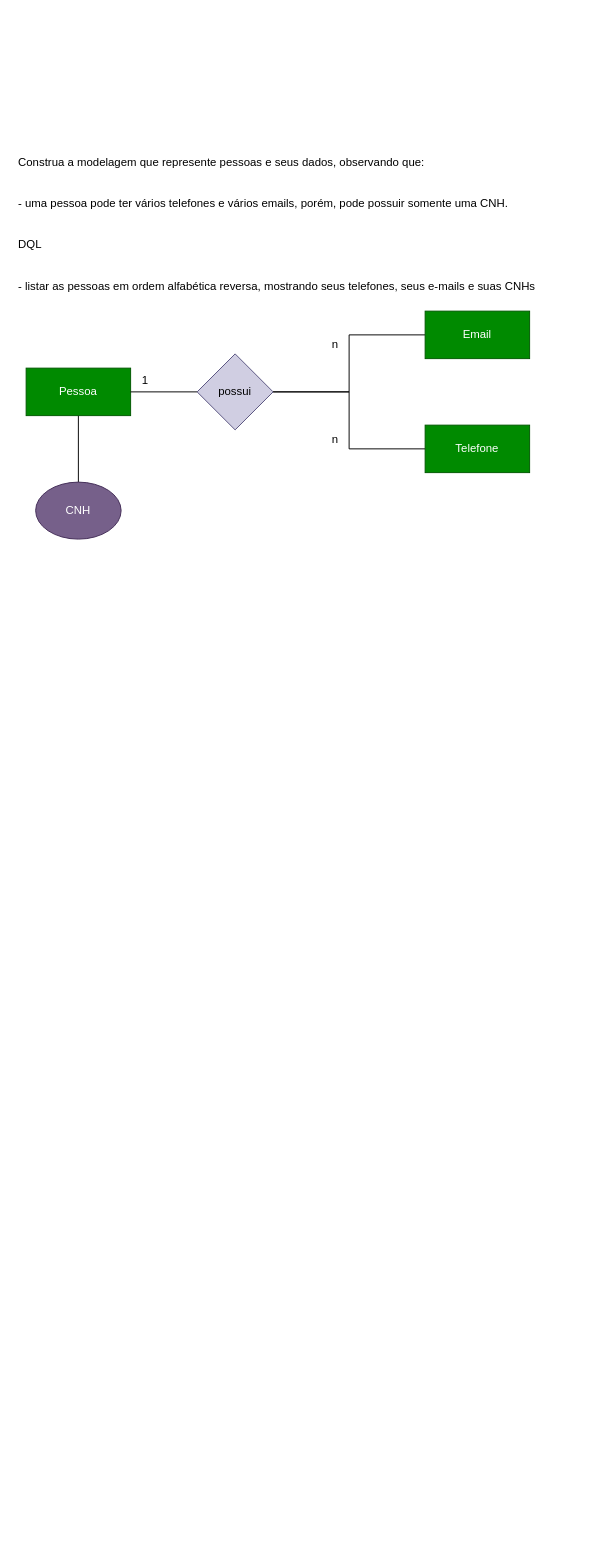
Above: sprint1-bd/exercicios/1.1-exercicio-pessoas/1.1exercicio-filmes.drawio in AlbatrozPyt/2S-SENAI-dv (draw.io), before the change. Source tidied: cells renumbered, new cells numbered last; positions are measured from the earlier drawing's top-left corner, leaving out a move shared by most shapes. Both pictures are drawn from the tidied source at 95%, with x=0, y=0 at pixel (16, 149).
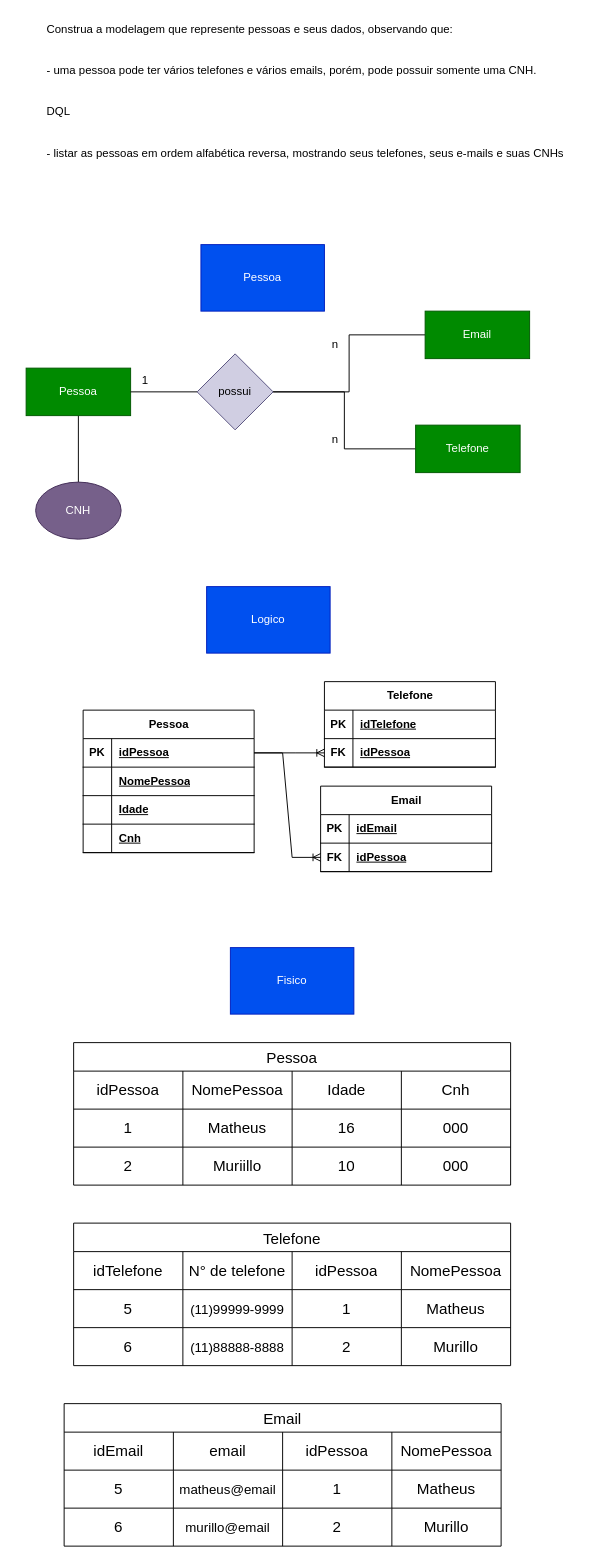
The same diagram, later.

What changed in the source:
```diff
@@
     <mxCell id="2" value="Construa a modelagem que represente pessoas e seus dados, observando que:&#10;&#10;&#10;- uma pessoa pode ter vários telefones e vários emails, porém, pode possuir somente uma CNH.&#10;&#10;&#10;DQL&#10;&#10;&#10;- listar as pessoas em ordem alfabética reversa, mostrando seus telefones, seus e-mails e suas CNHs" style="text;whiteSpace=wrap;" parent="1" vertex="1">
-      <mxGeometry width="560" height="180" as="geometry" />
+      <mxGeometry x="30" y="-140" width="560" height="180" as="geometry" />
     </mxCell>
@@
     <mxCell id="10" value="Telefone" style="html=1;whiteSpace=wrap;fillColor=#008a00;fontColor=#ffffff;strokeColor=#005700;" parent="1" vertex="1">
-      <mxGeometry x="430" y="290" width="110" height="50" as="geometry" />
+      <mxGeometry x="420" y="290" width="110" height="50" as="geometry" />
     </mxCell>
@@
+    <mxCell id="16" value="Pessoa" style="shape=table;startSize=30;childLayout=tableLayout;rowLines=0;fontStyle=1;align=center;html=1;" parent="1" vertex="1">
+      <mxGeometry x="70" y="590" width="180" height="150" as="geometry" />
+    </mxCell>
+    <mxCell id="17" style="shape=tableRow;horizontal=0;startSize=0;swimlaneHead=0;swimlaneBody=0;fillColor=none;points=[[0,0.5],[1,0.5]];portConstraint=eastwest;top=0;left=0;right=0;bottom=1;" parent="16" vertex="1">
+      <mxGeometry y="30" width="180" height="30" as="geometry" />
+    </mxCell>
+    <mxCell id="18" value="PK" style="shape=partialRectangle;fillColor=none;top=0;left=0;bottom=0;right=0;fontStyle=1;overflow=hidden;whiteSpace=wrap;html=1;" parent="17" vertex="1">
+      <mxGeometry width="30" height="30" as="geometry" />
+    </mxCell>
+    <mxCell id="19" value="idPessoa" style="shape=partialRectangle;fillColor=none;top=0;left=0;bottom=0;right=0;align=left;spacingLeft=6;fontStyle=5;overflow=hidden;whiteSpace=wrap;html=1;" parent="17" vertex="1">
+      <mxGeometry x="30" width="150" height="30" as="geometry" />
+    </mxCell>
+    <mxCell id="20" style="shape=tableRow;horizontal=0;startSize=0;swimlaneHead=0;swimlaneBody=0;fillColor=none;top=0;left=0;right=0;bottom=1;" parent="16" vertex="1">
+      <mxGeometry y="60" width="180" height="30" as="geometry" />
+    </mxCell>
+    <mxCell id="21" style="shape=partialRectangle;fillColor=none;top=0;left=0;bottom=0;right=0;fontStyle=1;overflow=hidden;whiteSpace=wrap;html=1;" parent="20" vertex="1">
+      <mxGeometry width="30" height="30" as="geometry" />
+    </mxCell>
+    <mxCell id="22" value="NomePessoa" style="shape=partialRectangle;fillColor=none;top=0;left=0;bottom=0;right=0;align=left;spacingLeft=6;fontStyle=5;overflow=hidden;whiteSpace=wrap;html=1;" parent="20" vertex="1">
+      <mxGeometry x="30" width="150" height="30" as="geometry" />
+    </mxCell>
+    <mxCell id="23" style="shape=tableRow;horizontal=0;startSize=0;swimlaneHead=0;swimlaneBody=0;fillColor=none;top=0;left=0;right=0;bottom=1;" parent="16" vertex="1">
+      <mxGeometry y="90" width="180" height="30" as="geometry" />
+    </mxCell>
+    <mxCell id="24" style="shape=partialRectangle;fillColor=none;top=0;left=0;bottom=0;right=0;fontStyle=1;overflow=hidden;whiteSpace=wrap;html=1;" parent="23" vertex="1">
+      <mxGeometry width="30" height="30" as="geometry" />
+    </mxCell>
+    <mxCell id="25" value="Idade" style="shape=partialRectangle;fillColor=none;top=0;left=0;bottom=0;right=0;align=left;spacingLeft=6;fontStyle=5;overflow=hidden;whiteSpace=wrap;html=1;" parent="23" vertex="1">
+      <mxGeometry x="30" width="150" height="30" as="geometry" />
+    </mxCell>
+    <mxCell id="26" style="shape=tableRow;horizontal=0;startSize=0;swimlaneHead=0;swimlaneBody=0;fillColor=none;top=0;left=0;right=0;bottom=1;" parent="16" vertex="1">
+      <mxGeometry y="120" width="180" height="30" as="geometry" />
+    </mxCell>
+    <mxCell id="27" style="shape=partialRectangle;fillColor=none;top=0;left=0;bottom=0;right=0;fontStyle=1;overflow=hidden;whiteSpace=wrap;html=1;" parent="26" vertex="1">
+      <mxGeometry width="30" height="30" as="geometry" />
+    </mxCell>
+    <mxCell id="28" value="Cnh" style="shape=partialRectangle;fillColor=none;top=0;left=0;bottom=0;right=0;align=left;spacingLeft=6;fontStyle=5;overflow=hidden;whiteSpace=wrap;html=1;" parent="26" vertex="1">
+      <mxGeometry x="30" width="150" height="30" as="geometry" />
+    </mxCell>
+    <mxCell id="29" value="Pessoa" style="whiteSpace=wrap;html=1;align=center;fillColor=#0050ef;fontColor=#ffffff;strokeColor=#001DBC;" parent="1" vertex="1">
+      <mxGeometry x="194" y="100" width="130" height="70" as="geometry" />
+    </mxCell>
+    <mxCell id="30" value="Logico" style="whiteSpace=wrap;html=1;align=center;fillColor=#0050ef;fontColor=#ffffff;strokeColor=#001DBC;" parent="1" vertex="1">
+      <mxGeometry x="200" y="460" width="130" height="70" as="geometry" />
+    </mxCell>
+    <mxCell id="31" value="Telefone" style="shape=table;startSize=30;childLayout=tableLayout;rowLines=0;fontStyle=1;align=center;html=1;" parent="1" vertex="1">
+      <mxGeometry x="324" y="560" width="180" height="90" as="geometry" />
+    </mxCell>
+    <mxCell id="32" style="shape=tableRow;horizontal=0;startSize=0;swimlaneHead=0;swimlaneBody=0;fillColor=none;top=0;left=0;right=0;bottom=1;" parent="31" vertex="1">
+      <mxGeometry y="30" width="180" height="30" as="geometry" />
+    </mxCell>
+    <mxCell id="33" value="PK" style="shape=partialRectangle;fillColor=none;top=0;left=0;bottom=0;right=0;fontStyle=1;overflow=hidden;whiteSpace=wrap;html=1;" parent="32" vertex="1">
+      <mxGeometry width="30" height="30" as="geometry" />
+    </mxCell>
+    <mxCell id="34" value="idTelefone" style="shape=partialRectangle;fillColor=none;top=0;left=0;bottom=0;right=0;align=left;spacingLeft=6;fontStyle=5;overflow=hidden;whiteSpace=wrap;html=1;" parent="32" vertex="1">
+      <mxGeometry x="30" width="150" height="30" as="geometry" />
+    </mxCell>
+    <mxCell id="35" style="shape=tableRow;horizontal=0;startSize=0;swimlaneHead=0;swimlaneBody=0;fillColor=none;points=[[0,0.5],[1,0.5]];portConstraint=eastwest;top=0;left=0;right=0;bottom=1;" parent="31" vertex="1">
+      <mxGeometry y="60" width="180" height="30" as="geometry" />
+    </mxCell>
+    <mxCell id="36" value="FK" style="shape=partialRectangle;fillColor=none;top=0;left=0;bottom=0;right=0;fontStyle=1;overflow=hidden;whiteSpace=wrap;html=1;" parent="35" vertex="1">
+      <mxGeometry width="30" height="30" as="geometry" />
+    </mxCell>
+    <mxCell id="37" value="idPessoa" style="shape=partialRectangle;fillColor=none;top=0;left=0;bottom=0;right=0;align=left;spacingLeft=6;fontStyle=5;overflow=hidden;whiteSpace=wrap;html=1;" parent="35" vertex="1">
+      <mxGeometry x="30" width="150" height="30" as="geometry" />
+    </mxCell>
+    <mxCell id="38" value="Email" style="shape=table;startSize=30;childLayout=tableLayout;rowLines=0;fontStyle=1;align=center;html=1;" parent="1" vertex="1">
+      <mxGeometry x="320" y="670" width="180" height="90" as="geometry" />
+    </mxCell>
+    <mxCell id="39" style="shape=tableRow;horizontal=0;startSize=0;swimlaneHead=0;swimlaneBody=0;fillColor=none;top=0;left=0;right=0;bottom=1;" parent="38" vertex="1">
+      <mxGeometry y="30" width="180" height="30" as="geometry" />
+    </mxCell>
+    <mxCell id="40" value="PK" style="shape=partialRectangle;fillColor=none;top=0;left=0;bottom=0;right=0;fontStyle=1;overflow=hidden;whiteSpace=wrap;html=1;" parent="39" vertex="1">
+      <mxGeometry width="30" height="30" as="geometry" />
+    </mxCell>
+    <mxCell id="41" value="idEmail" style="shape=partialRectangle;fillColor=none;top=0;left=0;bottom=0;right=0;align=left;spacingLeft=6;fontStyle=5;overflow=hidden;whiteSpace=wrap;html=1;" parent="39" vertex="1">
+      <mxGeometry x="30" width="150" height="30" as="geometry" />
+    </mxCell>
+    <mxCell id="42" style="shape=tableRow;horizontal=0;startSize=0;swimlaneHead=0;swimlaneBody=0;fillColor=none;points=[[0,0.5],[1,0.5]];portConstraint=eastwest;top=0;left=0;right=0;bottom=1;" parent="38" vertex="1">
+      <mxGeometry y="60" width="180" height="30" as="geometry" />
+    </mxCell>
+    <mxCell id="43" value="FK" style="shape=partialRectangle;fillColor=none;top=0;left=0;bottom=0;right=0;fontStyle=1;overflow=hidden;whiteSpace=wrap;html=1;" parent="42" vertex="1">
+      <mxGeometry width="30" height="30" as="geometry" />
+    </mxCell>
+    <mxCell id="44" value="idPessoa" style="shape=partialRectangle;fillColor=none;top=0;left=0;bottom=0;right=0;align=left;spacingLeft=6;fontStyle=5;overflow=hidden;whiteSpace=wrap;html=1;" parent="42" vertex="1">
+      <mxGeometry x="30" width="150" height="30" as="geometry" />
+    </mxCell>
+    <mxCell id="45" style="edgeStyle=entityRelationEdgeStyle;fontSize=12;html=1;endArrow=ERoneToMany;rounded=0;exitX=1;exitY=0.5;exitDx=0;exitDy=0;entryX=0;entryY=0.5;entryDx=0;entryDy=0;" parent="1" edge="1" source="17" target="35">
+      <mxGeometry relative="1" as="geometry" />
+    </mxCell>
+    <mxCell id="46" style="edgeStyle=entityRelationEdgeStyle;fontSize=12;html=1;endArrow=ERoneToMany;rounded=0;exitX=1;exitY=0.5;exitDx=0;exitDy=0;" parent="1" edge="1" source="17" target="42">
+      <mxGeometry relative="1" as="geometry" />
+    </mxCell>
+    <mxCell id="47" value="Fisico" style="whiteSpace=wrap;html=1;align=center;fillColor=#0050ef;fontColor=#ffffff;strokeColor=#001DBC;" parent="1" vertex="1">
+      <mxGeometry x="225" y="840" width="130" height="70" as="geometry" />
+    </mxCell>
+    <mxCell id="48" value="Pessoa" style="shape=table;startSize=30;childLayout=tableLayout;strokeColor=default;fontSize=16;" parent="1" vertex="1">
+      <mxGeometry x="60" y="940" width="460" height="150" as="geometry" />
+    </mxCell>
+    <mxCell id="49" style="shape=tableRow;horizontal=0;startSize=0;swimlaneHead=0;swimlaneBody=0;strokeColor=inherit;top=0;left=0;bottom=0;right=0;fillColor=none;fontSize=16;" parent="48" vertex="1">
+      <mxGeometry y="30" width="460" height="40" as="geometry" />
+    </mxCell>
+    <mxCell id="50" value="idPessoa" style="shape=partialRectangle;html=1;whiteSpace=wrap;strokeColor=inherit;overflow=hidden;fillColor=none;top=0;left=0;bottom=0;right=0;fontSize=16;" parent="49" vertex="1">
+      <mxGeometry width="115" height="40" as="geometry" />
+    </mxCell>
+    <mxCell id="51" value="NomePessoa" style="shape=partialRectangle;html=1;whiteSpace=wrap;strokeColor=inherit;overflow=hidden;fillColor=none;top=0;left=0;bottom=0;right=0;fontSize=16;" parent="49" vertex="1">
+      <mxGeometry x="115" width="115" height="40" as="geometry" />
+    </mxCell>
+    <mxCell id="52" value="Idade" style="shape=partialRectangle;html=1;whiteSpace=wrap;strokeColor=inherit;overflow=hidden;fillColor=none;top=0;left=0;bottom=0;right=0;fontSize=16;" parent="49" vertex="1">
+      <mxGeometry x="230" width="115" height="40" as="geometry" />
+    </mxCell>
+    <mxCell id="53" value="Cnh" style="shape=partialRectangle;html=1;whiteSpace=wrap;strokeColor=inherit;overflow=hidden;fillColor=none;top=0;left=0;bottom=0;right=0;fontSize=16;" parent="49" vertex="1">
+      <mxGeometry x="345" width="115" height="40" as="geometry" />
+    </mxCell>
+    <mxCell id="54" style="shape=tableRow;horizontal=0;startSize=0;swimlaneHead=0;swimlaneBody=0;strokeColor=inherit;top=0;left=0;bottom=0;right=0;fillColor=none;fontSize=16;" parent="48" vertex="1">
+      <mxGeometry y="70" width="460" height="40" as="geometry" />
+    </mxCell>
+    <mxCell id="55" value="1" style="shape=partialRectangle;html=1;whiteSpace=wrap;strokeColor=inherit;overflow=hidden;fillColor=none;top=0;left=0;bottom=0;right=0;fontSize=16;" parent="54" vertex="1">
+      <mxGeometry width="115" height="40" as="geometry" />
+    </mxCell>
+    <mxCell id="56" value="Matheus" style="shape=partialRectangle;html=1;whiteSpace=wrap;strokeColor=inherit;overflow=hidden;fillColor=none;top=0;left=0;bottom=0;right=0;fontSize=16;" parent="54" vertex="1">
+      <mxGeometry x="115" width="115" height="40" as="geometry" />
+    </mxCell>
+    <mxCell id="57" value="16" style="shape=partialRectangle;html=1;whiteSpace=wrap;strokeColor=inherit;overflow=hidden;fillColor=none;top=0;left=0;bottom=0;right=0;fontSize=16;" parent="54" vertex="1">
+      <mxGeometry x="230" width="115" height="40" as="geometry" />
+    </mxCell>
+    <mxCell id="58" value="000" style="shape=partialRectangle;html=1;whiteSpace=wrap;strokeColor=inherit;overflow=hidden;fillColor=none;top=0;left=0;bottom=0;right=0;fontSize=16;" parent="54" vertex="1">
+      <mxGeometry x="345" width="115" height="40" as="geometry" />
+    </mxCell>
+    <mxCell id="59" style="shape=tableRow;horizontal=0;startSize=0;swimlaneHead=0;swimlaneBody=0;strokeColor=inherit;top=0;left=0;bottom=0;right=0;fillColor=none;fontSize=16;" parent="48" vertex="1">
+      <mxGeometry y="110" width="460" height="40" as="geometry" />
+    </mxCell>
+    <mxCell id="60" value="2" style="shape=partialRectangle;html=1;whiteSpace=wrap;strokeColor=inherit;overflow=hidden;fillColor=none;top=0;left=0;bottom=0;right=0;fontSize=16;" parent="59" vertex="1">
+      <mxGeometry width="115" height="40" as="geometry" />
+    </mxCell>
+    <mxCell id="61" value="Muriillo" style="shape=partialRectangle;html=1;whiteSpace=wrap;strokeColor=inherit;overflow=hidden;fillColor=none;top=0;left=0;bottom=0;right=0;fontSize=16;" parent="59" vertex="1">
+      <mxGeometry x="115" width="115" height="40" as="geometry" />
+    </mxCell>
+    <mxCell id="62" value="10" style="shape=partialRectangle;html=1;whiteSpace=wrap;strokeColor=inherit;overflow=hidden;fillColor=none;top=0;left=0;bottom=0;right=0;fontSize=16;" parent="59" vertex="1">
+      <mxGeometry x="230" width="115" height="40" as="geometry" />
+    </mxCell>
+    <mxCell id="63" value="000" style="shape=partialRectangle;html=1;whiteSpace=wrap;strokeColor=inherit;overflow=hidden;fillColor=none;top=0;left=0;bottom=0;right=0;fontSize=16;" parent="59" vertex="1">
+      <mxGeometry x="345" width="115" height="40" as="geometry" />
+    </mxCell>
+    <mxCell id="64" value="Telefone" style="shape=table;startSize=30;childLayout=tableLayout;strokeColor=default;fontSize=16;" parent="1" vertex="1">
+      <mxGeometry x="60" y="1130" width="460" height="150" as="geometry" />
+    </mxCell>
+    <mxCell id="65" style="shape=tableRow;horizontal=0;startSize=0;swimlaneHead=0;swimlaneBody=0;strokeColor=inherit;top=0;left=0;bottom=0;right=0;fillColor=none;fontSize=16;" parent="64" vertex="1">
+      <mxGeometry y="30" width="460" height="40" as="geometry" />
+    </mxCell>
+    <mxCell id="66" value="idTelefone" style="shape=partialRectangle;html=1;whiteSpace=wrap;strokeColor=inherit;overflow=hidden;fillColor=none;top=0;left=0;bottom=0;right=0;fontSize=16;" parent="65" vertex="1">
+      <mxGeometry width="115" height="40" as="geometry" />
+    </mxCell>
+    <mxCell id="67" value="N° de telefone" style="shape=partialRectangle;html=1;whiteSpace=wrap;strokeColor=inherit;overflow=hidden;fillColor=none;top=0;left=0;bottom=0;right=0;fontSize=16;" parent="65" vertex="1">
+      <mxGeometry x="115" width="115" height="40" as="geometry" />
+    </mxCell>
+    <mxCell id="68" value="idPessoa" style="shape=partialRectangle;html=1;whiteSpace=wrap;strokeColor=inherit;overflow=hidden;fillColor=none;top=0;left=0;bottom=0;right=0;fontSize=16;" parent="65" vertex="1">
+      <mxGeometry x="230" width="115" height="40" as="geometry" />
+    </mxCell>
+    <mxCell id="69" value="NomePessoa" style="shape=partialRectangle;html=1;whiteSpace=wrap;strokeColor=inherit;overflow=hidden;fillColor=none;top=0;left=0;bottom=0;right=0;fontSize=16;" parent="65" vertex="1">
+      <mxGeometry x="345" width="115" height="40" as="geometry" />
+    </mxCell>
+    <mxCell id="70" style="shape=tableRow;horizontal=0;startSize=0;swimlaneHead=0;swimlaneBody=0;strokeColor=inherit;top=0;left=0;bottom=0;right=0;fillColor=none;fontSize=16;" parent="64" vertex="1">
+      <mxGeometry y="70" width="460" height="40" as="geometry" />
+    </mxCell>
+    <mxCell id="71" value="5" style="shape=partialRectangle;html=1;whiteSpace=wrap;strokeColor=inherit;overflow=hidden;fillColor=none;top=0;left=0;bottom=0;right=0;fontSize=16;" parent="70" vertex="1">
+      <mxGeometry width="115" height="40" as="geometry" />
+    </mxCell>
+    <mxCell id="72" value="&lt;font style=&quot;font-size: 14px;&quot;&gt;(11)99999-9999&lt;/font&gt;" style="shape=partialRectangle;html=1;whiteSpace=wrap;strokeColor=inherit;overflow=hidden;fillColor=none;top=0;left=0;bottom=0;right=0;fontSize=16;" parent="70" vertex="1">
+      <mxGeometry x="115" width="115" height="40" as="geometry" />
+    </mxCell>
+    <mxCell id="73" value="1" style="shape=partialRectangle;html=1;whiteSpace=wrap;strokeColor=inherit;overflow=hidden;fillColor=none;top=0;left=0;bottom=0;right=0;fontSize=16;" parent="70" vertex="1">
+      <mxGeometry x="230" width="115" height="40" as="geometry" />
+    </mxCell>
+    <mxCell id="74" value="Matheus" style="shape=partialRectangle;html=1;whiteSpace=wrap;strokeColor=inherit;overflow=hidden;fillColor=none;top=0;left=0;bottom=0;right=0;fontSize=16;" parent="70" vertex="1">
+      <mxGeometry x="345" width="115" height="40" as="geometry" />
+    </mxCell>
+    <mxCell id="75" style="shape=tableRow;horizontal=0;startSize=0;swimlaneHead=0;swimlaneBody=0;strokeColor=inherit;top=0;left=0;bottom=0;right=0;fillColor=none;fontSize=16;" parent="64" vertex="1">
+      <mxGeometry y="110" width="460" height="40" as="geometry" />
+    </mxCell>
+    <mxCell id="76" value="6" style="shape=partialRectangle;html=1;whiteSpace=wrap;strokeColor=inherit;overflow=hidden;fillColor=none;top=0;left=0;bottom=0;right=0;fontSize=16;" parent="75" vertex="1">
+      <mxGeometry width="115" height="40" as="geometry" />
+    </mxCell>
+    <mxCell id="77" value="&lt;font style=&quot;font-size: 14px;&quot;&gt;(11)88888-8888&lt;/font&gt;" style="shape=partialRectangle;html=1;whiteSpace=wrap;strokeColor=inherit;overflow=hidden;fillColor=none;top=0;left=0;bottom=0;right=0;fontSize=16;" parent="75" vertex="1">
+      <mxGeometry x="115" width="115" height="40" as="geometry" />
+    </mxCell>
+    <mxCell id="78" value="2" style="shape=partialRectangle;html=1;whiteSpace=wrap;strokeColor=inherit;overflow=hidden;fillColor=none;top=0;left=0;bottom=0;right=0;fontSize=16;" parent="75" vertex="1">
+      <mxGeometry x="230" width="115" height="40" as="geometry" />
+    </mxCell>
+    <mxCell id="79" value="Murillo" style="shape=partialRectangle;html=1;whiteSpace=wrap;strokeColor=inherit;overflow=hidden;fillColor=none;top=0;left=0;bottom=0;right=0;fontSize=16;" parent="75" vertex="1">
+      <mxGeometry x="345" width="115" height="40" as="geometry" />
+    </mxCell>
+    <mxCell id="80" value="Email" style="shape=table;startSize=30;childLayout=tableLayout;strokeColor=default;fontSize=16;" parent="1" vertex="1">
+      <mxGeometry x="50" y="1320" width="460" height="150" as="geometry" />
+    </mxCell>
+    <mxCell id="81" style="shape=tableRow;horizontal=0;startSize=0;swimlaneHead=0;swimlaneBody=0;strokeColor=inherit;top=0;left=0;bottom=0;right=0;fillColor=none;fontSize=16;" parent="80" vertex="1">
+      <mxGeometry y="30" width="460" height="40" as="geometry" />
+    </mxCell>
+    <mxCell id="82" value="idEmail" style="shape=partialRectangle;html=1;whiteSpace=wrap;strokeColor=inherit;overflow=hidden;fillColor=none;top=0;left=0;bottom=0;right=0;fontSize=16;" parent="81" vertex="1">
+      <mxGeometry width="115" height="40" as="geometry" />
+    </mxCell>
+    <mxCell id="83" value="email" style="shape=partialRectangle;html=1;whiteSpace=wrap;strokeColor=inherit;overflow=hidden;fillColor=none;top=0;left=0;bottom=0;right=0;fontSize=16;" parent="81" vertex="1">
+      <mxGeometry x="115" width="115" height="40" as="geometry" />
+    </mxCell>
+    <mxCell id="84" value="idPessoa" style="shape=partialRectangle;html=1;whiteSpace=wrap;strokeColor=inherit;overflow=hidden;fillColor=none;top=0;left=0;bottom=0;right=0;fontSize=16;" parent="81" vertex="1">
+      <mxGeometry x="230" width="115" height="40" as="geometry" />
+    </mxCell>
+    <mxCell id="85" value="NomePessoa" style="shape=partialRectangle;html=1;whiteSpace=wrap;strokeColor=inherit;overflow=hidden;fillColor=none;top=0;left=0;bottom=0;right=0;fontSize=16;" parent="81" vertex="1">
+      <mxGeometry x="345" width="115" height="40" as="geometry" />
+    </mxCell>
+    <mxCell id="86" style="shape=tableRow;horizontal=0;startSize=0;swimlaneHead=0;swimlaneBody=0;strokeColor=inherit;top=0;left=0;bottom=0;right=0;fillColor=none;fontSize=16;" parent="80" vertex="1">
+      <mxGeometry y="70" width="460" height="40" as="geometry" />
+    </mxCell>
+    <mxCell id="87" value="5" style="shape=partialRectangle;html=1;whiteSpace=wrap;strokeColor=inherit;overflow=hidden;fillColor=none;top=0;left=0;bottom=0;right=0;fontSize=16;" parent="86" vertex="1">
+      <mxGeometry width="115" height="40" as="geometry" />
+    </mxCell>
+    <mxCell id="88" value="&lt;span style=&quot;font-size: 14px;&quot;&gt;matheus@email&lt;/span&gt;" style="shape=partialRectangle;html=1;whiteSpace=wrap;strokeColor=inherit;overflow=hidden;fillColor=none;top=0;left=0;bottom=0;right=0;fontSize=16;" parent="86" vertex="1">
+      <mxGeometry x="115" width="115" height="40" as="geometry" />
+    </mxCell>
+    <mxCell id="89" value="1" style="shape=partialRectangle;html=1;whiteSpace=wrap;strokeColor=inherit;overflow=hidden;fillColor=none;top=0;left=0;bottom=0;right=0;fontSize=16;" parent="86" vertex="1">
+      <mxGeometry x="230" width="115" height="40" as="geometry" />
+    </mxCell>
+    <mxCell id="90" value="Matheus" style="shape=partialRectangle;html=1;whiteSpace=wrap;strokeColor=inherit;overflow=hidden;fillColor=none;top=0;left=0;bottom=0;right=0;fontSize=16;" parent="86" vertex="1">
+      <mxGeometry x="345" width="115" height="40" as="geometry" />
+    </mxCell>
+    <mxCell id="91" style="shape=tableRow;horizontal=0;startSize=0;swimlaneHead=0;swimlaneBody=0;strokeColor=inherit;top=0;left=0;bottom=0;right=0;fillColor=none;fontSize=16;" parent="80" vertex="1">
+      <mxGeometry y="110" width="460" height="40" as="geometry" />
+    </mxCell>
+    <mxCell id="92" value="6" style="shape=partialRectangle;html=1;whiteSpace=wrap;strokeColor=inherit;overflow=hidden;fillColor=none;top=0;left=0;bottom=0;right=0;fontSize=16;" parent="91" vertex="1">
+      <mxGeometry width="115" height="40" as="geometry" />
+    </mxCell>
+    <mxCell id="93" value="&lt;font style=&quot;font-size: 14px;&quot;&gt;murillo@email&lt;/font&gt;" style="shape=partialRectangle;html=1;whiteSpace=wrap;strokeColor=inherit;overflow=hidden;fillColor=none;top=0;left=0;bottom=0;right=0;fontSize=16;" parent="91" vertex="1">
+      <mxGeometry x="115" width="115" height="40" as="geometry" />
+    </mxCell>
+    <mxCell id="94" value="2" style="shape=partialRectangle;html=1;whiteSpace=wrap;strokeColor=inherit;overflow=hidden;fillColor=none;top=0;left=0;bottom=0;right=0;fontSize=16;" parent="91" vertex="1">
+      <mxGeometry x="230" width="115" height="40" as="geometry" />
+    </mxCell>
+    <mxCell id="95" value="Murillo" style="shape=partialRectangle;html=1;whiteSpace=wrap;strokeColor=inherit;overflow=hidden;fillColor=none;top=0;left=0;bottom=0;right=0;fontSize=16;" parent="91" vertex="1">
+      <mxGeometry x="345" width="115" height="40" as="geometry" />
+    </mxCell>
```
